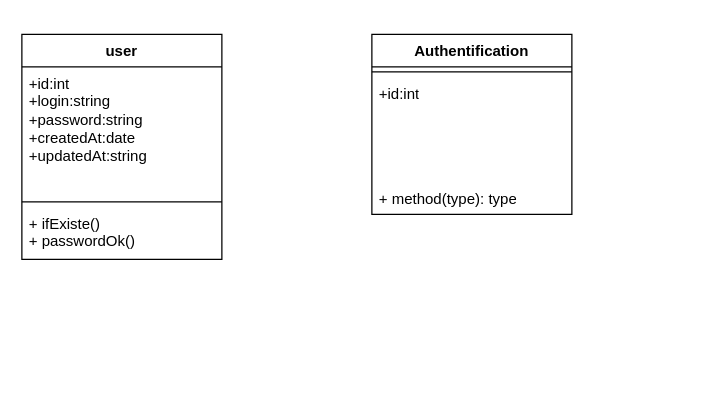
Earlier version of the draw.io diagram Diagramme sans nom.drawio (houckontape/tuxProject). Source tidied: cells renumbered, new cells numbered last; positions are measured from the earlier drawing's top-left corner, leaving out a move shared by most shapes. Both pictures are drawn from the tidied source at 125%, with x=0, y=0 at pixel (21, 34).
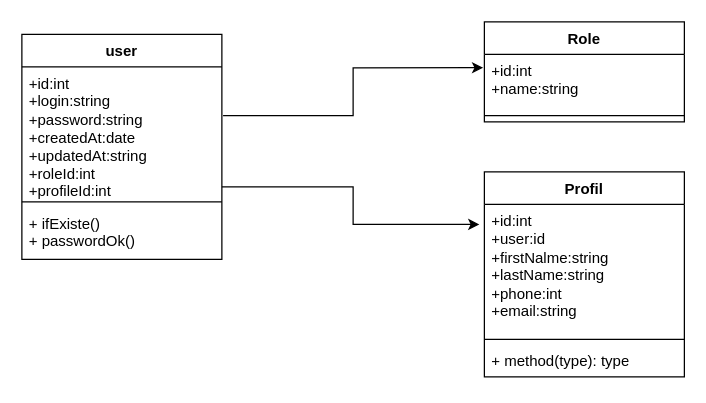
Above is the later version.

Commit message (it also covers changes not shown here):
Mettre à jour Diagramme sans nom.drawio

The edit, as a diff of the source:
```diff
@@
 <mxGraphModel>
   <root>
     <mxCell id="0" />
     <mxCell id="1" parent="0" />
     <mxCell id="2" value="user" style="swimlane;fontStyle=1;align=center;verticalAlign=top;horizontal=1;startSize=26;whiteSpace=wrap;html=1;" parent="1" vertex="1">
       <mxGeometry width="160" height="180" as="geometry" />
     </mxCell>
-    <mxCell id="3" value="&lt;div&gt;+id:int&lt;/div&gt;&lt;div&gt;+login:string&lt;/div&gt;&lt;div&gt;+password:string&lt;/div&gt;&lt;div&gt;+createdAt:date&lt;/div&gt;&lt;div&gt;+updatedAt:string&lt;br&gt;&lt;/div&gt;" style="text;strokeColor=none;fillColor=none;align=left;verticalAlign=top;spacingLeft=4;spacingRight=4;overflow=hidden;points=[[0,0.5],[1,0.5]];portConstraint=eastwest;whiteSpace=wrap;html=1;" parent="2" vertex="1">
+    <mxCell id="3" value="&lt;div&gt;+id:int&lt;/div&gt;&lt;div&gt;+login:string&lt;/div&gt;&lt;div&gt;+password:string&lt;/div&gt;&lt;div&gt;+createdAt:date&lt;/div&gt;&lt;div&gt;+updatedAt:string&lt;br&gt;&lt;/div&gt;&lt;div&gt;+roleId:int&lt;/div&gt;&lt;div&gt;+profileId:int&lt;br&gt;&lt;/div&gt;" style="text;strokeColor=none;fillColor=none;align=left;verticalAlign=top;spacingLeft=4;spacingRight=4;overflow=hidden;points=[[0,0.5],[1,0.5]];portConstraint=eastwest;whiteSpace=wrap;html=1;" parent="2" vertex="1">
       <mxGeometry y="26" width="160" height="104" as="geometry" />
     </mxCell>
     <mxCell id="4" style="line;strokeWidth=1;fillColor=none;align=left;verticalAlign=middle;spacingTop=-1;spacingLeft=3;spacingRight=3;labelPosition=right;strokeColor=inherit;" parent="2" vertex="1">
       <mxGeometry y="130" width="160" height="8" as="geometry" />
     </mxCell>
     <mxCell id="5" value="&lt;div&gt;+ ifExiste()&lt;/div&gt;&lt;div&gt;+ passwordOk()&lt;/div&gt;&lt;div&gt;&lt;br&gt;&lt;/div&gt;" style="text;strokeColor=none;fillColor=none;align=left;verticalAlign=top;spacingLeft=4;spacingRight=4;overflow=hidden;whiteSpace=wrap;html=1;" parent="2" vertex="1">
       <mxGeometry y="138" width="160" height="42" as="geometry" />
     </mxCell>
-    <mxCell id="6" value="Authentification" style="swimlane;fontStyle=1;align=center;verticalAlign=top;horizontal=1;startSize=26;whiteSpace=wrap;html=1;" parent="1" vertex="1">
-      <mxGeometry x="280" width="160" height="144" as="geometry" />
-    </mxCell>
-    <mxCell id="7" style="line;strokeWidth=1;fillColor=none;align=left;verticalAlign=middle;spacingTop=-1;spacingLeft=3;spacingRight=3;labelPosition=right;strokeColor=inherit;" parent="6" vertex="1">
-      <mxGeometry y="26" width="160" height="8" as="geometry" />
-    </mxCell>
-    <mxCell id="8" value="&lt;div&gt;+id:int&lt;/div&gt;&lt;div&gt;&lt;br&gt;&lt;/div&gt;" style="text;strokeColor=none;fillColor=none;align=left;verticalAlign=top;spacingLeft=4;spacingRight=4;overflow=hidden;whiteSpace=wrap;html=1;" parent="6" vertex="1">
-      <mxGeometry y="34" width="160" height="84" as="geometry" />
-    </mxCell>
+    <mxCell id="10" value="Role" style="swimlane;fontStyle=1;align=center;verticalAlign=top;horizontal=1;startSize=26;whiteSpace=wrap;html=1;" parent="1" vertex="1">
+      <mxGeometry x="370" y="-10" width="160" height="80" as="geometry" />
+    </mxCell>
+    <mxCell id="11" value="&lt;div&gt;+id:int&lt;/div&gt;&lt;div&gt;+name:string&lt;/div&gt;" style="text;strokeColor=none;fillColor=none;align=left;verticalAlign=top;spacingLeft=4;spacingRight=4;overflow=hidden;points=[[0,0.5],[1,0.5]];portConstraint=eastwest;whiteSpace=wrap;html=1;" parent="10" vertex="1">
+      <mxGeometry y="26" width="160" height="44" as="geometry" />
+    </mxCell>
+    <mxCell id="12" style="line;strokeWidth=1;fillColor=none;align=left;verticalAlign=middle;spacingTop=-1;spacingLeft=3;spacingRight=3;labelPosition=right;strokeColor=inherit;" parent="10" vertex="1">
+      <mxGeometry y="70" width="160" height="10" as="geometry" />
+    </mxCell>
+    <mxCell id="13" style="edgeStyle=orthogonalEdgeStyle;rounded=0;jettySize=auto;html=1;entryX=-0.006;entryY=0.243;entryDx=0;entryDy=0;entryPerimeter=0;exitX=1.006;exitY=0.375;exitDx=0;exitDy=0;exitPerimeter=0;" parent="1" edge="1" source="3" target="11">
+      <mxGeometry relative="1" as="geometry" />
+    </mxCell>
+    <mxCell id="14" value="Profil" style="swimlane;fontStyle=1;align=center;verticalAlign=top;horizontal=1;startSize=26;whiteSpace=wrap;html=1;" parent="1" vertex="1">
+      <mxGeometry x="370" y="110" width="160" height="164" as="geometry" />
+    </mxCell>
+    <mxCell id="15" value="&lt;div&gt;+id:int&lt;/div&gt;&lt;div&gt;+user:id&lt;br&gt;&lt;/div&gt;&lt;div&gt;+firstNalme:string&lt;/div&gt;&lt;div&gt;+lastName:string&lt;/div&gt;&lt;div&gt;+phone:int&lt;/div&gt;&lt;div&gt;+email:string&lt;/div&gt;&lt;div&gt;&lt;br&gt;&lt;/div&gt;" style="text;strokeColor=none;fillColor=none;align=left;verticalAlign=top;spacingLeft=4;spacingRight=4;overflow=hidden;points=[[0,0.5],[1,0.5]];portConstraint=eastwest;whiteSpace=wrap;html=1;" parent="14" vertex="1">
+      <mxGeometry y="26" width="160" height="104" as="geometry" />
+    </mxCell>
+    <mxCell id="16" style="line;strokeWidth=1;fillColor=none;align=left;verticalAlign=middle;spacingTop=-1;spacingLeft=3;spacingRight=3;labelPosition=right;strokeColor=inherit;" parent="14" vertex="1">
+      <mxGeometry y="130" width="160" height="8" as="geometry" />
+    </mxCell>
-    <mxCell id="9" value="+ method(type): type" style="text;strokeColor=none;fillColor=none;align=left;verticalAlign=top;spacingLeft=4;spacingRight=4;overflow=hidden;whiteSpace=wrap;html=1;" parent="6" vertex="1">
-      <mxGeometry y="118" width="160" height="26" as="geometry" />
+    <mxCell id="9" value="+ method(type): type" style="text;strokeColor=none;fillColor=none;align=left;verticalAlign=top;spacingLeft=4;spacingRight=4;overflow=hidden;whiteSpace=wrap;html=1;" parent="14" vertex="1">
+      <mxGeometry y="138" width="160" height="26" as="geometry" />
     </mxCell>
+    <mxCell id="17" style="edgeStyle=orthogonalEdgeStyle;rounded=0;jettySize=auto;html=1;exitX=1;exitY=0.923;exitDx=0;exitDy=0;entryX=-0.025;entryY=0.154;entryDx=0;entryDy=0;entryPerimeter=0;exitPerimeter=0;" parent="1" edge="1" source="3" target="15">
+      <mxGeometry relative="1" as="geometry" />
+    </mxCell>
   </root>
 </mxGraphModel>
```
